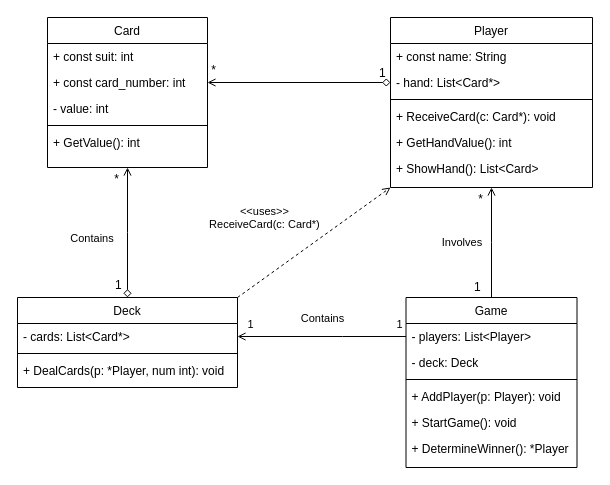
This is assets/src/Deif exercise.drawio from Morsianeren/DeifExercisePublic, a draw.io file, before an edit. Source tidied: cells renumbered, new cells numbered last; positions are measured from the earlier drawing's top-left corner, leaving out a move shared by most shapes. Both pictures are drawn from the tidied source at 100%, with x=0, y=0 at pixel (17, 17).
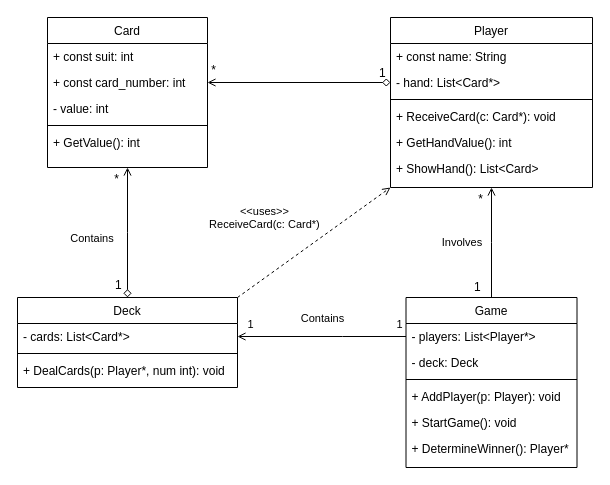
After the change.

The change refers to these unchanged cells:
```xml
<mxCell id="8" value="Deck" style="swimlane;fontStyle=0;align=center;verticalAlign=top;horizontal=1;startSize=26;rounded=0;shadow=0;strokeWidth=1;" parent="1" vertex="1">
  <mxGeometry y="280" width="220" height="90" as="geometry" />
</mxCell>
<mxCell id="19" value="Game" style="swimlane;fontStyle=0;align=center;verticalAlign=top;horizontal=1;startSize=26;rounded=0;shadow=0;strokeWidth=1;" parent="1" vertex="1">
  <mxGeometry x="388.5" y="280" width="171" height="170" as="geometry" />
</mxCell>
```

What changed in the source:
```diff
@@
-    <mxCell id="11" value="+ DealCards(p: *Player, num int): void" style="text;align=left;verticalAlign=top;spacingLeft=4;spacingRight=4;overflow=hidden;" parent="8" vertex="1">
+    <mxCell id="11" value="+ DealCards(p: Player*, num int): void" style="text;align=left;verticalAlign=top;spacingLeft=4;spacingRight=4;overflow=hidden;" parent="8" vertex="1">
       <mxGeometry y="60" width="220" height="26" as="geometry" />
     </mxCell>
@@
-    <mxCell id="20" value="- players: List&lt;Player&gt;" style="text;align=left;verticalAlign=top;spacingLeft=4;spacingRight=4;overflow=hidden;points=[[0,0.5],[1,0.5]];portConstraint=eastwest;" parent="19" vertex="1">
+    <mxCell id="20" value="- players: List&lt;Player*&gt;" style="text;align=left;verticalAlign=top;spacingLeft=4;spacingRight=4;overflow=hidden;points=[[0,0.5],[1,0.5]];portConstraint=eastwest;" parent="19" vertex="1">
       <mxGeometry y="26" width="171" height="26" as="geometry" />
     </mxCell>
@@
-    <mxCell id="25" value="+ DetermineWinner(): *Player" style="text;align=left;verticalAlign=top;spacingLeft=4;spacingRight=4;overflow=hidden;" parent="19" vertex="1">
+    <mxCell id="25" value="+ DetermineWinner(): Player*" style="text;align=left;verticalAlign=top;spacingLeft=4;spacingRight=4;overflow=hidden;" parent="19" vertex="1">
       <mxGeometry y="138" width="171" height="26" as="geometry" />
     </mxCell>
```
